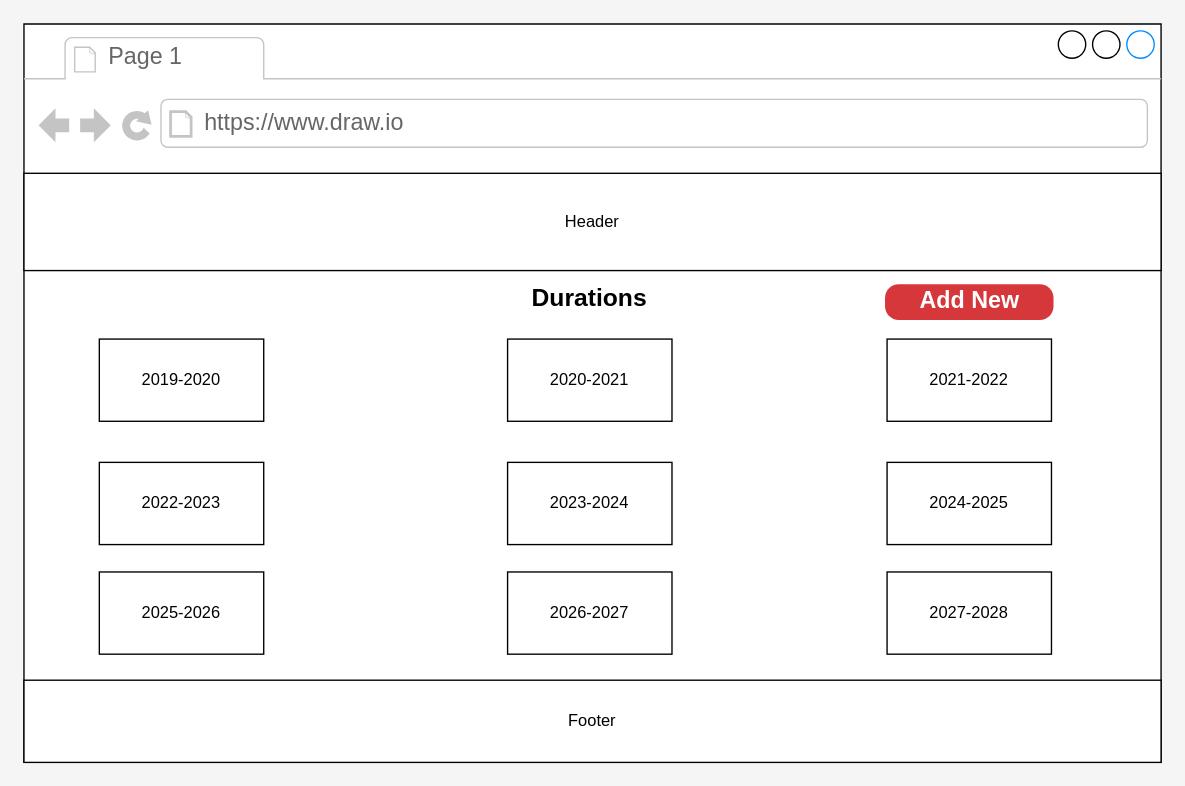
Above: page "home" (1 of 3) of Committee Leaders.drawio in asayedio/TrackingERD (draw.io), before the change. Source tidied: cells renumbered, new cells numbered last; positions are measured from the earlier drawing's top-left corner, leaving out a move shared by most shapes. Both pictures are drawn from the tidied source at 137%, with x=0, y=0 at pixel (23, 23).
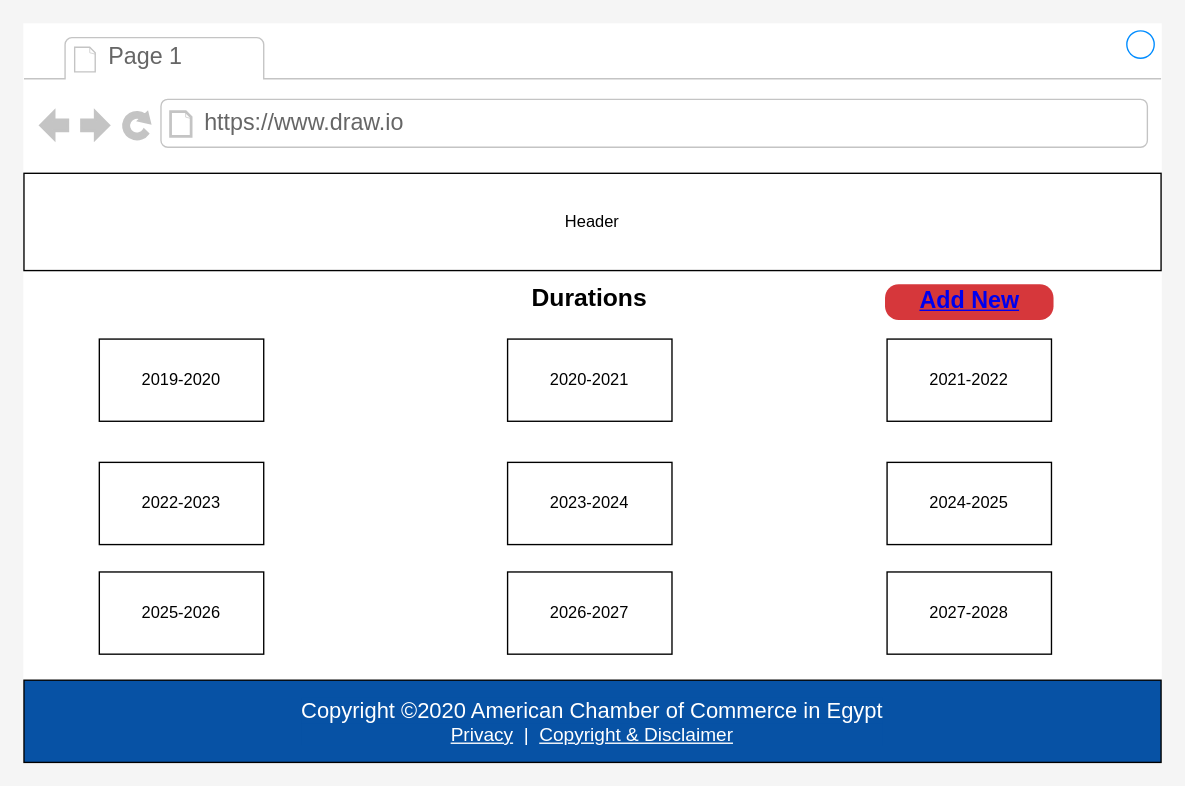
Above is the later version.

The edit, as a diff of the source:
```diff
@@
 <mxGraphModel background="#f5f5f5">
   <root>
     <mxCell id="0" />
     <mxCell id="1" parent="0" />
-    <mxCell id="2" style="strokeWidth=1;shadow=0;dashed=0;align=center;html=1;shape=mxgraph.mockup.containers.browserWindow;rSize=0;strokeColor2=#008cff;strokeColor3=#c4c4c4;mainText=,;" parent="1" vertex="1">
+    <mxCell id="2" style="strokeWidth=1;shadow=0;dashed=0;align=center;html=1;shape=mxgraph.mockup.containers.browserWindow;rSize=0;strokeColor2=#008cff;strokeColor3=#c4c4c4;mainText=,;strokeColor=#FFFFFF;" parent="1" vertex="1">
       <mxGeometry width="830" height="539" as="geometry" />
     </mxCell>
     <mxCell id="3" value="Page 1" style="strokeWidth=1;shadow=0;dashed=0;align=center;html=1;shape=mxgraph.mockup.containers.anchor;fontSize=17;fontColor=#666666;align=left;" parent="2" vertex="1">
       <mxGeometry x="60" y="12" width="110" height="26" as="geometry" />
     </mxCell>
     <mxCell id="4" value="https://www.draw.io" style="strokeWidth=1;shadow=0;dashed=0;align=center;html=1;shape=mxgraph.mockup.containers.anchor;rSize=0;fontSize=17;fontColor=#666666;align=left;" parent="2" vertex="1">
       <mxGeometry x="130" y="60" width="250" height="26" as="geometry" />
     </mxCell>
     <mxCell id="5" value="Header" style="rounded=0;whiteSpace=wrap;html=1;" parent="2" vertex="1">
       <mxGeometry y="109" width="830" height="71" as="geometry" />
     </mxCell>
-    <mxCell id="6" value="Footer" style="rounded=0;whiteSpace=wrap;html=1;" parent="2" vertex="1">
+    <mxCell id="6" value="&lt;div style=&quot;box-sizing: border-box ; color: rgb(255 , 255 , 255) ; font-family: &amp;#34;source sans pro&amp;#34; ; font-size: 16px ; background-color: rgb(7 , 82 , 165)&quot;&gt;Copyright ©2020 American Chamber of Commerce in Egypt&lt;/div&gt;&lt;div class=&quot;small&quot; style=&quot;box-sizing: border-box ; font-size: 13.92px ; color: rgb(255 , 255 , 255) ; font-family: &amp;#34;source sans pro&amp;#34; ; background-color: rgb(7 , 82 , 165)&quot;&gt;&lt;a href=&quot;https://www.amcham.org.eg/privacy&quot; style=&quot;box-sizing: border-box ; background-color: transparent ; color: rgb(255 , 255 , 255)&quot;&gt;Privacy&lt;/a&gt;&amp;nbsp;&amp;nbsp;|&amp;nbsp;&amp;nbsp;&lt;a href=&quot;https://www.amcham.org.eg/copyright-disclaimer&quot; style=&quot;box-sizing: border-box ; background-color: transparent ; color: rgb(255 , 255 , 255)&quot;&gt;Copyright &amp;amp; Disclaimer&lt;/a&gt;&lt;/div&gt;" style="rounded=0;whiteSpace=wrap;html=1;fillColor=#0752a5;" parent="2" vertex="1">
       <mxGeometry y="479" width="830" height="60" as="geometry" />
     </mxCell>
     <mxCell id="7" value="&lt;b&gt;&lt;font style=&quot;font-size: 18px&quot;&gt;Durations&lt;/font&gt;&lt;/b&gt;" style="text;html=1;strokeColor=none;fillColor=none;align=center;verticalAlign=middle;whiteSpace=wrap;rounded=0;" parent="2" vertex="1">
       <mxGeometry x="363" y="190" width="100" height="20" as="geometry" />
     </mxCell>
     <mxCell id="8" value="2019-2020" style="rounded=0;whiteSpace=wrap;html=1;" parent="2" vertex="1">
       <mxGeometry x="55" y="230" width="120" height="60" as="geometry" />
     </mxCell>
     <mxCell id="9" value="2020-2021" style="rounded=0;whiteSpace=wrap;html=1;" parent="2" vertex="1">
       <mxGeometry x="353" y="230" width="120" height="60" as="geometry" />
     </mxCell>
     <mxCell id="10" value="2021-2022" style="rounded=0;whiteSpace=wrap;html=1;" parent="2" vertex="1">
       <mxGeometry x="630" y="230" width="120" height="60" as="geometry" />
     </mxCell>
     <mxCell id="11" value="2023-2024" style="rounded=0;whiteSpace=wrap;html=1;" parent="2" vertex="1">
       <mxGeometry x="353" y="320" width="120" height="60" as="geometry" />
     </mxCell>
     <mxCell id="12" value="2024-2025" style="rounded=0;whiteSpace=wrap;html=1;" parent="2" vertex="1">
       <mxGeometry x="630" y="320" width="120" height="60" as="geometry" />
     </mxCell>
     <mxCell id="13" value="2022-2023" style="rounded=0;whiteSpace=wrap;html=1;" parent="2" vertex="1">
       <mxGeometry x="55" y="320" width="120" height="60" as="geometry" />
     </mxCell>
     <mxCell id="14" value="2026-2027" style="rounded=0;whiteSpace=wrap;html=1;" parent="2" vertex="1">
       <mxGeometry x="353" y="400" width="120" height="60" as="geometry" />
     </mxCell>
     <mxCell id="15" value="2027-2028" style="rounded=0;whiteSpace=wrap;html=1;" parent="2" vertex="1">
       <mxGeometry x="630" y="400" width="120" height="60" as="geometry" />
     </mxCell>
     <mxCell id="16" value="2025-2026" style="rounded=0;whiteSpace=wrap;html=1;" parent="2" vertex="1">
       <mxGeometry x="55" y="400" width="120" height="60" as="geometry" />
     </mxCell>
-    <mxCell id="17" value="Add New" style="strokeWidth=1;shadow=0;dashed=0;align=center;html=1;shape=mxgraph.mockup.buttons.button;fontColor=#ffffff;mainText=;buttonStyle=round;fontSize=17;fontStyle=1;whiteSpace=wrap;sketch=0;strokeColor=none;flipH=0;flipV=0;direction=east;fillColor=#d6373b;" parent="2" vertex="1">
+    <mxCell id="17" value="&lt;a href=&quot;data:page/id,bnPBvNl-STVokxdTjAau&quot;&gt;Add New&lt;/a&gt;" style="strokeWidth=1;shadow=0;dashed=0;align=center;html=1;shape=mxgraph.mockup.buttons.button;fontColor=#ffffff;mainText=;buttonStyle=round;fontSize=17;fontStyle=1;whiteSpace=wrap;sketch=0;strokeColor=none;flipH=0;flipV=0;direction=east;fillColor=#d6373b;" parent="2" vertex="1">
       <mxGeometry x="628.5" y="190" width="123" height="26" as="geometry" />
     </mxCell>
   </root>
 </mxGraphModel>
```
